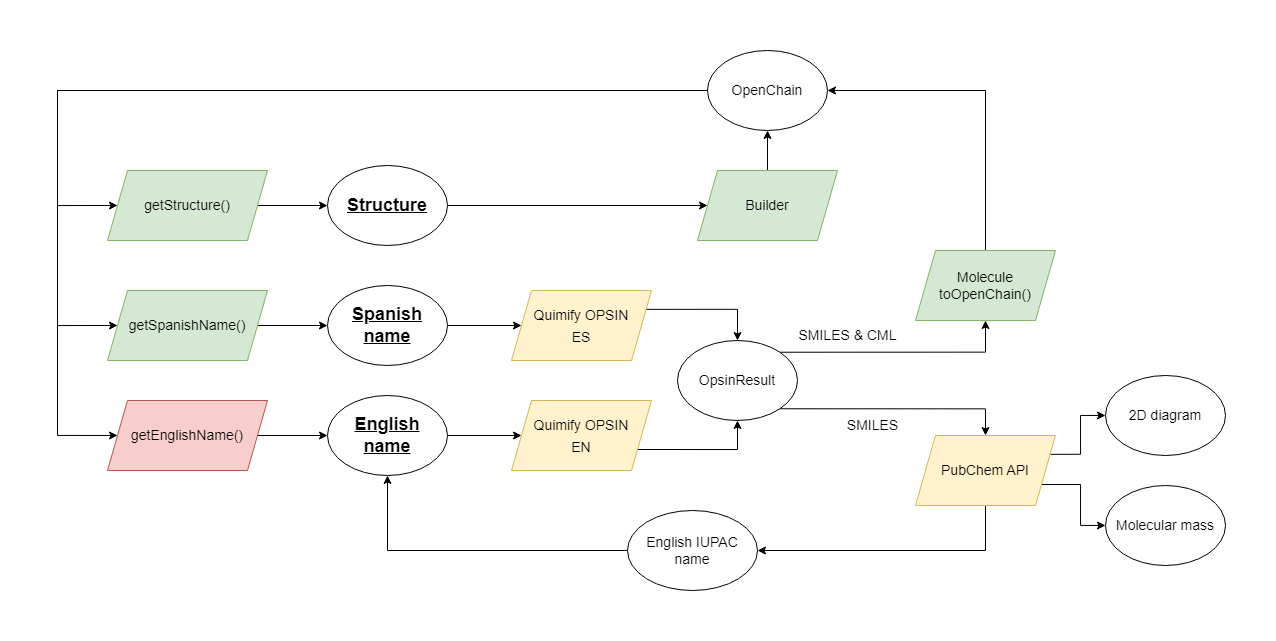
Earlier version of the draw.io export doc/organic.png (quimifyapp/organic). Source tidied: cells renumbered, new cells last; positions are measured from the earlier drawing's top-left corner, leaving out a move shared by most shapes.
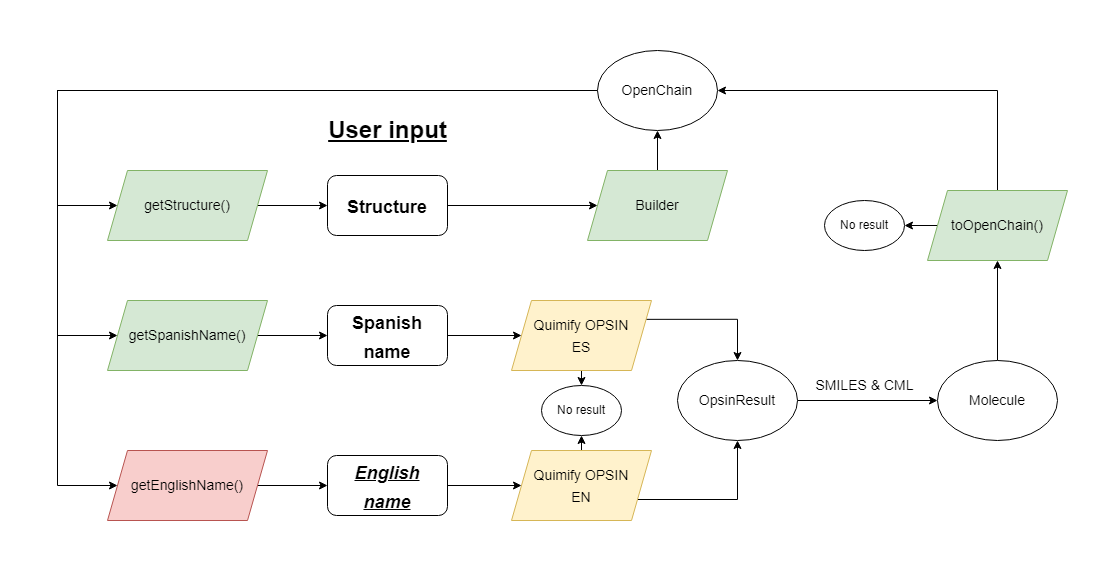
After the commit.

What changed in the source:
```diff
@@ -2,131 +2,137 @@
   <root>
     <mxCell id="0" />
     <mxCell id="1" parent="0" />
-    <mxCell id="2" style="edgeStyle=orthogonalEdgeStyle;rounded=0;jettySize=auto;html=1;exitX=1;exitY=0.5;exitDx=0;exitDy=0;entryX=0;entryY=0.5;entryDx=0;entryDy=0;fontSize=14;" parent="1" edge="1" source="3" target="9">
-      <mxGeometry relative="1" as="geometry" />
+    <mxCell id="2" style="edgeStyle=orthogonalEdgeStyle;rounded=0;jettySize=auto;html=1;exitX=1;exitY=0.5;exitDx=0;exitDy=0;entryX=0;entryY=0.5;entryDx=0;entryDy=0;fontSize=14;" parent="1" edge="1" target="9">
+      <mxGeometry relative="1" as="geometry">
+        <mxPoint x="390" y="255" as="sourcePoint" />
+      </mxGeometry>
     </mxCell>
-    <mxCell id="3" value="&lt;font style=&quot;font-size: 18px;&quot;&gt;&lt;b&gt;&lt;u&gt;Spanish name&lt;/u&gt;&lt;/b&gt;&lt;/font&gt;" style="ellipse;whiteSpace=wrap;html=1;" parent="1" vertex="1">
-      <mxGeometry x="270" y="235" width="120" height="80" as="geometry" />
-    </mxCell>
-    <mxCell id="4" style="edgeStyle=orthogonalEdgeStyle;rounded=0;jettySize=auto;html=1;exitX=1;exitY=0.5;exitDx=0;exitDy=0;entryX=0;entryY=0.5;entryDx=0;entryDy=0;fontSize=14;" parent="1" edge="1" source="5" target="11">
-      <mxGeometry relative="1" as="geometry" />
+    <mxCell id="4" style="edgeStyle=orthogonalEdgeStyle;rounded=0;jettySize=auto;html=1;exitX=1;exitY=0.5;exitDx=0;exitDy=0;entryX=0;entryY=0.5;entryDx=0;entryDy=0;fontSize=14;" parent="1" edge="1" target="11">
+      <mxGeometry relative="1" as="geometry">
+        <mxPoint x="390" y="405" as="sourcePoint" />
+      </mxGeometry>
     </mxCell>
-    <mxCell id="5" value="&lt;font style=&quot;font-size: 18px;&quot;&gt;&lt;b&gt;&lt;u&gt;English&lt;br&gt;name&lt;/u&gt;&lt;/b&gt;&lt;/font&gt;" style="ellipse;whiteSpace=wrap;html=1;" parent="1" vertex="1">
-      <mxGeometry x="270" y="345" width="120" height="80" as="geometry" />
-    </mxCell>
-    <mxCell id="6" style="edgeStyle=orthogonalEdgeStyle;rounded=0;jettySize=auto;html=1;exitX=1;exitY=0.5;exitDx=0;exitDy=0;entryX=0;entryY=0.5;entryDx=0;entryDy=0;fontSize=14;" parent="1" edge="1" source="7" target="28">
-      <mxGeometry relative="1" as="geometry" />
+    <mxCell id="6" style="edgeStyle=orthogonalEdgeStyle;rounded=0;jettySize=auto;html=1;exitX=1;exitY=0.5;exitDx=0;exitDy=0;entryX=0;entryY=0.5;entryDx=0;entryDy=0;fontSize=14;" parent="1" edge="1" target="28">
+      <mxGeometry relative="1" as="geometry">
+        <mxPoint x="390" y="125" as="sourcePoint" />
+      </mxGeometry>
     </mxCell>
-    <mxCell id="7" value="&lt;font style=&quot;font-size: 18px;&quot;&gt;&lt;b&gt;&lt;u&gt;Structure&lt;/u&gt;&lt;/b&gt;&lt;/font&gt;" style="ellipse;whiteSpace=wrap;html=1;" parent="1" vertex="1">
-      <mxGeometry x="270" y="115" width="120" height="80" as="geometry" />
-    </mxCell>
     <mxCell id="8" style="edgeStyle=orthogonalEdgeStyle;rounded=0;jettySize=auto;html=1;exitX=1;exitY=0.25;exitDx=0;exitDy=0;entryX=0.5;entryY=0;entryDx=0;entryDy=0;fontSize=14;" parent="1" edge="1" source="9" target="16">
       <mxGeometry relative="1" as="geometry" />
     </mxCell>
+    <mxCell id="39" style="edgeStyle=orthogonalEdgeStyle;rounded=0;jettySize=auto;html=1;exitX=0.5;exitY=1;exitDx=0;exitDy=0;entryX=0.5;entryY=0;entryDx=0;entryDy=0;" parent="1" edge="1" source="9" target="47">
+      <mxGeometry relative="1" as="geometry" />
+    </mxCell>
     <mxCell id="9" value="&lt;font style=&quot;font-size: 14px;&quot;&gt;Quimify OPSIN&lt;br&gt;ES&lt;/font&gt;" style="shape=parallelogram;perimeter=parallelogramPerimeter;whiteSpace=wrap;html=1;fixedSize=1;fontSize=18;fillColor=#fff2cc;strokeColor=#d6b656;" parent="1" vertex="1">
-      <mxGeometry x="454" y="240" width="140" height="70" as="geometry" />
+      <mxGeometry x="454" y="220" width="140" height="70" as="geometry" />
     </mxCell>
     <mxCell id="10" style="edgeStyle=orthogonalEdgeStyle;rounded=0;jettySize=auto;html=1;exitX=1;exitY=0.75;exitDx=0;exitDy=0;entryX=0.5;entryY=1;entryDx=0;entryDy=0;fontSize=14;" parent="1" edge="1" source="11" target="16">
       <mxGeometry relative="1" as="geometry" />
     </mxCell>
+    <mxCell id="40" style="edgeStyle=orthogonalEdgeStyle;rounded=0;jettySize=auto;html=1;exitX=0.5;exitY=0;exitDx=0;exitDy=0;entryX=0.5;entryY=1;entryDx=0;entryDy=0;" parent="1" edge="1" source="11" target="47">
+      <mxGeometry relative="1" as="geometry" />
+    </mxCell>
     <mxCell id="11" value="&lt;font style=&quot;font-size: 14px;&quot;&gt;Quimify OPSIN&lt;br&gt;EN&lt;/font&gt;" style="shape=parallelogram;perimeter=parallelogramPerimeter;whiteSpace=wrap;html=1;fixedSize=1;fontSize=18;fillColor=#fff2cc;strokeColor=#d6b656;" parent="1" vertex="1">
-      <mxGeometry x="454" y="350" width="140" height="70" as="geometry" />
+      <mxGeometry x="454" y="370" width="140" height="70" as="geometry" />
     </mxCell>
-    <mxCell id="12" style="edgeStyle=orthogonalEdgeStyle;rounded=0;jettySize=auto;html=1;exitX=0.5;exitY=0;exitDx=0;exitDy=0;entryX=1;entryY=0.5;entryDx=0;entryDy=0;fontSize=14;" parent="1" edge="1" source="13" target="26">
-      <mxGeometry relative="1" as="geometry" />
-    </mxCell>
-    <mxCell id="13" value="Molecule&lt;br&gt;toOpenChain()" style="shape=parallelogram;perimeter=parallelogramPerimeter;whiteSpace=wrap;html=1;fixedSize=1;fontSize=14;fillColor=#d5e8d4;strokeColor=#82b366;" parent="1" vertex="1">
-      <mxGeometry x="858" y="200" width="140" height="70" as="geometry" />
-    </mxCell>
-    <mxCell id="14" style="edgeStyle=orthogonalEdgeStyle;rounded=0;jettySize=auto;html=1;exitX=1;exitY=1;exitDx=0;exitDy=0;entryX=0.5;entryY=0;entryDx=0;entryDy=0;fontSize=14;" parent="1" edge="1" source="16" target="20">
-      <mxGeometry relative="1" as="geometry" />
-    </mxCell>
-    <mxCell id="15" style="edgeStyle=orthogonalEdgeStyle;rounded=0;jettySize=auto;html=1;exitX=1;exitY=0;exitDx=0;exitDy=0;entryX=0.5;entryY=1;entryDx=0;entryDy=0;fontSize=14;" parent="1" edge="1" source="16" target="13">
+    <mxCell id="15" style="edgeStyle=orthogonalEdgeStyle;rounded=0;jettySize=auto;html=1;fontSize=14;exitX=1;exitY=0.5;exitDx=0;exitDy=0;entryX=0;entryY=0.5;entryDx=0;entryDy=0;" parent="1" edge="1" source="16" target="45">
       <mxGeometry relative="1" as="geometry" />
     </mxCell>
     <mxCell id="16" value="OpsinResult" style="ellipse;whiteSpace=wrap;html=1;fontSize=14;" parent="1" vertex="1">
-      <mxGeometry x="620" y="290" width="120" height="80" as="geometry" />
+      <mxGeometry x="620" y="280" width="120" height="80" as="geometry" />
     </mxCell>
-    <mxCell id="17" style="edgeStyle=orthogonalEdgeStyle;rounded=0;jettySize=auto;html=1;exitX=1;exitY=0.25;exitDx=0;exitDy=0;entryX=0;entryY=0.5;entryDx=0;entryDy=0;fontSize=14;" parent="1" edge="1" source="20" target="21">
-      <mxGeometry relative="1" as="geometry" />
-    </mxCell>
-    <mxCell id="18" style="edgeStyle=orthogonalEdgeStyle;rounded=0;jettySize=auto;html=1;exitX=1;exitY=0.75;exitDx=0;exitDy=0;entryX=0;entryY=0.5;entryDx=0;entryDy=0;fontSize=14;" parent="1" edge="1" source="20" target="22">
-      <mxGeometry relative="1" as="geometry" />
-    </mxCell>
-    <mxCell id="19" style="edgeStyle=orthogonalEdgeStyle;rounded=0;jettySize=auto;html=1;exitX=0.5;exitY=1;exitDx=0;exitDy=0;entryX=1;entryY=0.5;entryDx=0;entryDy=0;fontSize=14;" parent="1" edge="1" source="20" target="36">
-      <mxGeometry relative="1" as="geometry" />
-    </mxCell>
-    <mxCell id="20" value="PubChem API" style="shape=parallelogram;perimeter=parallelogramPerimeter;whiteSpace=wrap;html=1;fixedSize=1;fontSize=14;fillColor=#fff2cc;strokeColor=#d6b656;" parent="1" vertex="1">
-      <mxGeometry x="858" y="385" width="140" height="70" as="geometry" />
-    </mxCell>
-    <mxCell id="21" value="2D diagram" style="ellipse;whiteSpace=wrap;html=1;fontSize=14;" parent="1" vertex="1">
-      <mxGeometry x="1048" y="325" width="120" height="80" as="geometry" />
-    </mxCell>
-    <mxCell id="22" value="Molecular mass" style="ellipse;whiteSpace=wrap;html=1;fontSize=14;" parent="1" vertex="1">
-      <mxGeometry x="1048" y="435" width="120" height="80" as="geometry" />
-    </mxCell>
     <mxCell id="23" style="edgeStyle=orthogonalEdgeStyle;rounded=0;jettySize=auto;html=1;exitX=0;exitY=0.5;exitDx=0;exitDy=0;fontSize=14;entryX=0;entryY=0.5;entryDx=0;entryDy=0;" parent="1" edge="1" source="26" target="32">
       <mxGeometry relative="1" as="geometry">
         <Array as="points">
-          <mxPoint y="40" />
-          <mxPoint y="385" />
+          <mxPoint y="10" />
+          <mxPoint y="405" />
         </Array>
       </mxGeometry>
     </mxCell>
     <mxCell id="24" style="edgeStyle=orthogonalEdgeStyle;rounded=0;jettySize=auto;html=1;exitX=0;exitY=0.5;exitDx=0;exitDy=0;fontSize=14;entryX=0;entryY=0.5;entryDx=0;entryDy=0;" parent="1" edge="1" source="26" target="30">
       <mxGeometry relative="1" as="geometry">
         <Array as="points">
-          <mxPoint y="40" />
-          <mxPoint y="275" />
+          <mxPoint y="10" />
+          <mxPoint y="255" />
         </Array>
       </mxGeometry>
     </mxCell>
     <mxCell id="25" style="edgeStyle=orthogonalEdgeStyle;rounded=0;jettySize=auto;html=1;exitX=0;exitY=0.5;exitDx=0;exitDy=0;fontSize=14;entryX=0;entryY=0.5;entryDx=0;entryDy=0;" parent="1" edge="1" source="26" target="34">
       <mxGeometry relative="1" as="geometry">
         <Array as="points">
-          <mxPoint y="40" />
-          <mxPoint y="155" />
+          <mxPoint y="10" />
+          <mxPoint y="125" />
         </Array>
       </mxGeometry>
     </mxCell>
     <mxCell id="26" value="OpenChain" style="ellipse;whiteSpace=wrap;html=1;fontSize=14;" parent="1" vertex="1">
-      <mxGeometry x="650" width="120" height="80" as="geometry" />
+      <mxGeometry x="540" y="-30" width="120" height="80" as="geometry" />
     </mxCell>
     <mxCell id="27" style="edgeStyle=orthogonalEdgeStyle;rounded=0;jettySize=auto;html=1;exitX=0.5;exitY=0;exitDx=0;exitDy=0;entryX=0.5;entryY=1;entryDx=0;entryDy=0;fontSize=14;" parent="1" edge="1" source="28" target="26">
       <mxGeometry relative="1" as="geometry" />
     </mxCell>
     <mxCell id="28" value="Builder" style="shape=parallelogram;perimeter=parallelogramPerimeter;whiteSpace=wrap;html=1;fixedSize=1;fontSize=14;fillColor=#d5e8d4;strokeColor=#82b366;" parent="1" vertex="1">
-      <mxGeometry x="640" y="120" width="140" height="70" as="geometry" />
+      <mxGeometry x="530" y="90" width="140" height="70" as="geometry" />
     </mxCell>
-    <mxCell id="29" style="edgeStyle=orthogonalEdgeStyle;rounded=0;jettySize=auto;html=1;exitX=1;exitY=0.5;exitDx=0;exitDy=0;entryX=0;entryY=0.5;entryDx=0;entryDy=0;fontSize=14;" parent="1" edge="1" source="30" target="3">
-      <mxGeometry relative="1" as="geometry" />
+    <mxCell id="29" style="edgeStyle=orthogonalEdgeStyle;rounded=0;jettySize=auto;html=1;exitX=1;exitY=0.5;exitDx=0;exitDy=0;entryX=0;entryY=0.5;entryDx=0;entryDy=0;fontSize=14;" parent="1" edge="1" source="30">
+      <mxGeometry relative="1" as="geometry">
+        <mxPoint x="270" y="255" as="targetPoint" />
+      </mxGeometry>
     </mxCell>
     <mxCell id="30" value="getSpanishName()" style="shape=parallelogram;perimeter=parallelogramPerimeter;whiteSpace=wrap;html=1;fixedSize=1;fontSize=14;fillColor=#d5e8d4;strokeColor=#82b366;" parent="1" vertex="1">
-      <mxGeometry x="50" y="240" width="160" height="70" as="geometry" />
+      <mxGeometry x="50" y="220" width="160" height="70" as="geometry" />
     </mxCell>
-    <mxCell id="31" style="edgeStyle=orthogonalEdgeStyle;rounded=0;jettySize=auto;html=1;exitX=1;exitY=0.5;exitDx=0;exitDy=0;entryX=0;entryY=0.5;entryDx=0;entryDy=0;fontSize=14;" parent="1" edge="1" source="32" target="5">
-      <mxGeometry relative="1" as="geometry" />
+    <mxCell id="31" style="edgeStyle=orthogonalEdgeStyle;rounded=0;jettySize=auto;html=1;exitX=1;exitY=0.5;exitDx=0;exitDy=0;entryX=0;entryY=0.5;entryDx=0;entryDy=0;fontSize=14;" parent="1" edge="1" source="32">
+      <mxGeometry relative="1" as="geometry">
+        <mxPoint x="270" y="405" as="targetPoint" />
+      </mxGeometry>
     </mxCell>
     <mxCell id="32" value="getEnglishName()" style="shape=parallelogram;perimeter=parallelogramPerimeter;whiteSpace=wrap;html=1;fixedSize=1;fontSize=14;fillColor=#f8cecc;strokeColor=#b85450;" parent="1" vertex="1">
-      <mxGeometry x="50" y="350" width="160" height="70" as="geometry" />
+      <mxGeometry x="50" y="370" width="160" height="70" as="geometry" />
     </mxCell>
-    <mxCell id="33" style="edgeStyle=orthogonalEdgeStyle;rounded=0;jettySize=auto;html=1;exitX=1;exitY=0.5;exitDx=0;exitDy=0;entryX=0;entryY=0.5;entryDx=0;entryDy=0;fontSize=14;" parent="1" edge="1" source="34" target="7">
-      <mxGeometry relative="1" as="geometry" />
+    <mxCell id="33" style="edgeStyle=orthogonalEdgeStyle;rounded=0;jettySize=auto;html=1;exitX=1;exitY=0.5;exitDx=0;exitDy=0;entryX=0;entryY=0.5;entryDx=0;entryDy=0;fontSize=14;" parent="1" edge="1" source="34">
+      <mxGeometry relative="1" as="geometry">
+        <mxPoint x="270" y="125" as="targetPoint" />
+      </mxGeometry>
     </mxCell>
     <mxCell id="34" value="getStructure()" style="shape=parallelogram;perimeter=parallelogramPerimeter;whiteSpace=wrap;html=1;fixedSize=1;fontSize=14;fillColor=#d5e8d4;strokeColor=#82b366;" parent="1" vertex="1">
-      <mxGeometry x="50" y="120" width="160" height="70" as="geometry" />
+      <mxGeometry x="50" y="90" width="160" height="70" as="geometry" />
     </mxCell>
-    <mxCell id="35" style="edgeStyle=orthogonalEdgeStyle;rounded=0;jettySize=auto;html=1;exitX=0;exitY=0.5;exitDx=0;exitDy=0;entryX=0.5;entryY=1;entryDx=0;entryDy=0;fontSize=14;" parent="1" edge="1" source="36" target="5">
-      <mxGeometry relative="1" as="geometry" />
-    </mxCell>
-    <mxCell id="36" value="English IUPAC&lt;br&gt;name" style="ellipse;whiteSpace=wrap;html=1;fontSize=14;" parent="1" vertex="1">
-      <mxGeometry x="570" y="460" width="130" height="80" as="geometry" />
-    </mxCell>
     <mxCell id="37" value="SMILES &amp;amp; CML" style="text;html=1;align=center;verticalAlign=middle;strokeColor=none;fillColor=none;fontSize=14;" parent="1" vertex="1">
-      <mxGeometry x="730" y="270" width="120" height="30" as="geometry" />
+      <mxGeometry x="747" y="290" width="120" height="30" as="geometry" />
     </mxCell>
-    <mxCell id="38" value="SMILES" style="text;html=1;align=center;verticalAlign=middle;strokeColor=none;fillColor=none;fontSize=14;" parent="1" vertex="1">
-      <mxGeometry x="780" y="360" width="70" height="30" as="geometry" />
-    </mxCell>
+    <mxCell id="41" style="edgeStyle=orthogonalEdgeStyle;rounded=0;jettySize=auto;html=1;exitX=0.5;exitY=0;exitDx=0;exitDy=0;entryX=1;entryY=0.5;entryDx=0;entryDy=0;" parent="1" edge="1" source="43" target="26">
+      <mxGeometry relative="1" as="geometry" />
+    </mxCell>
+    <mxCell id="42" style="edgeStyle=orthogonalEdgeStyle;rounded=0;jettySize=auto;html=1;exitX=0;exitY=0.5;exitDx=0;exitDy=0;" parent="1" edge="1" source="43" target="46">
+      <mxGeometry relative="1" as="geometry" />
+    </mxCell>
+    <mxCell id="43" value="toOpenChain()" style="shape=parallelogram;perimeter=parallelogramPerimeter;whiteSpace=wrap;html=1;fixedSize=1;fontSize=14;fillColor=#d5e8d4;strokeColor=#82b366;" parent="1" vertex="1">
+      <mxGeometry x="870" y="110" width="140" height="70" as="geometry" />
+    </mxCell>
+    <mxCell id="44" style="edgeStyle=orthogonalEdgeStyle;rounded=0;jettySize=auto;html=1;exitX=0.5;exitY=0;exitDx=0;exitDy=0;entryX=0.5;entryY=1;entryDx=0;entryDy=0;" parent="1" edge="1" source="45" target="43">
+      <mxGeometry relative="1" as="geometry" />
+    </mxCell>
+    <mxCell id="45" value="Molecule" style="ellipse;whiteSpace=wrap;html=1;fontSize=14;" parent="1" vertex="1">
+      <mxGeometry x="880" y="280" width="120" height="80" as="geometry" />
+    </mxCell>
+    <mxCell id="46" value="No result" style="ellipse;whiteSpace=wrap;html=1;" parent="1" vertex="1">
+      <mxGeometry x="767" y="120" width="80" height="50" as="geometry" />
+    </mxCell>
+    <mxCell id="47" value="No result" style="ellipse;whiteSpace=wrap;html=1;" parent="1" vertex="1">
+      <mxGeometry x="484" y="305" width="80" height="50" as="geometry" />
+    </mxCell>
+    <mxCell id="48" value="&lt;font style=&quot;font-size: 24px;&quot;&gt;&lt;b style=&quot;&quot;&gt;&lt;u&gt;User input&lt;/u&gt;&lt;/b&gt;&lt;/font&gt;" style="text;html=1;align=center;verticalAlign=middle;strokeColor=none;fillColor=none;fontSize=14;" parent="1" vertex="1">
+      <mxGeometry x="260" y="30" width="140" height="40" as="geometry" />
+    </mxCell>
+    <mxCell id="7" value="&lt;b style=&quot;border-color: var(--border-color); font-size: 18px;&quot;&gt;Structure&lt;/b&gt;" style="rounded=1;whiteSpace=wrap;html=1;shadow=0;fontSize=24;" parent="1" vertex="1">
+      <mxGeometry x="270" y="95" width="120" height="60" as="geometry" />
+    </mxCell>
+    <mxCell id="3" value="&lt;b style=&quot;border-color: var(--border-color); font-size: 18px;&quot;&gt;Spanish name&lt;/b&gt;" style="rounded=1;whiteSpace=wrap;html=1;shadow=0;fontSize=24;" parent="1" vertex="1">
+      <mxGeometry x="270" y="225" width="120" height="60" as="geometry" />
+    </mxCell>
+    <mxCell id="5" value="&lt;b style=&quot;border-color: var(--border-color); font-size: 18px;&quot;&gt;&lt;u style=&quot;border-color: var(--border-color);&quot;&gt;&lt;i style=&quot;border-color: var(--border-color);&quot;&gt;English&lt;br style=&quot;border-color: var(--border-color);&quot;&gt;name&lt;/i&gt;&lt;/u&gt;&lt;/b&gt;" style="rounded=1;whiteSpace=wrap;html=1;shadow=0;fontSize=24;" parent="1" vertex="1">
+      <mxGeometry x="270" y="375" width="120" height="60" as="geometry" />
+    </mxCell>
   </root>
 </mxGraphModel>
```
